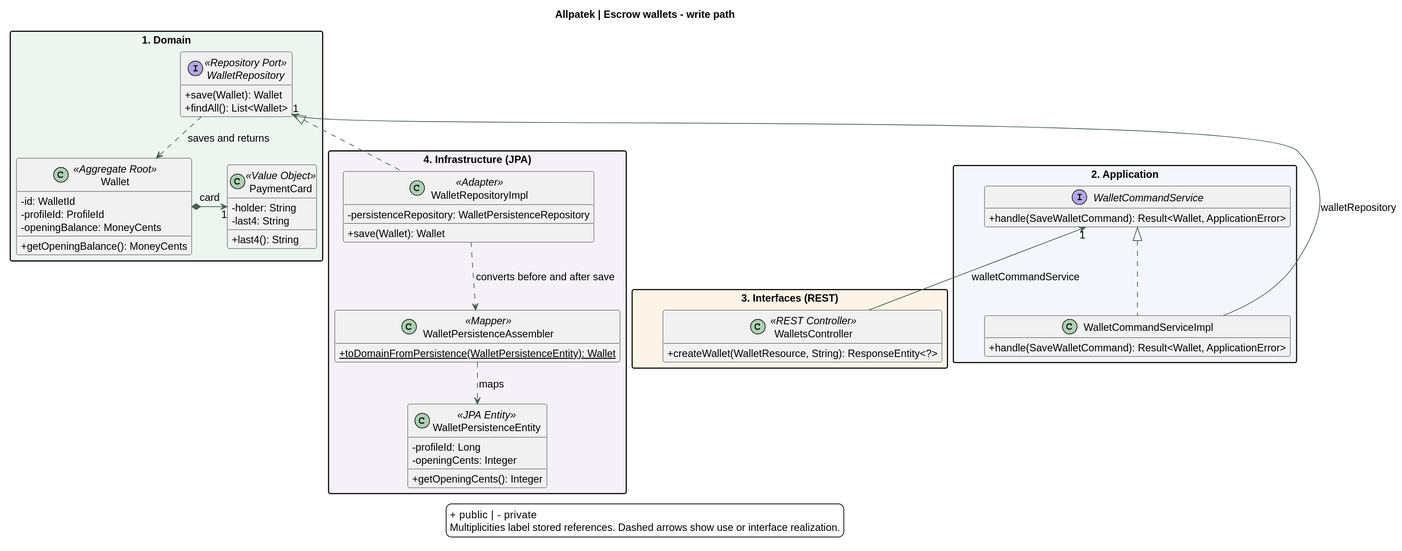
This is assets/chapter-04/architecture/11-classes-payments.svg from upc-pre-202620-1asi0729-7753-Terranova/allpatek-report, a PlantUML export, as it was before one commit.
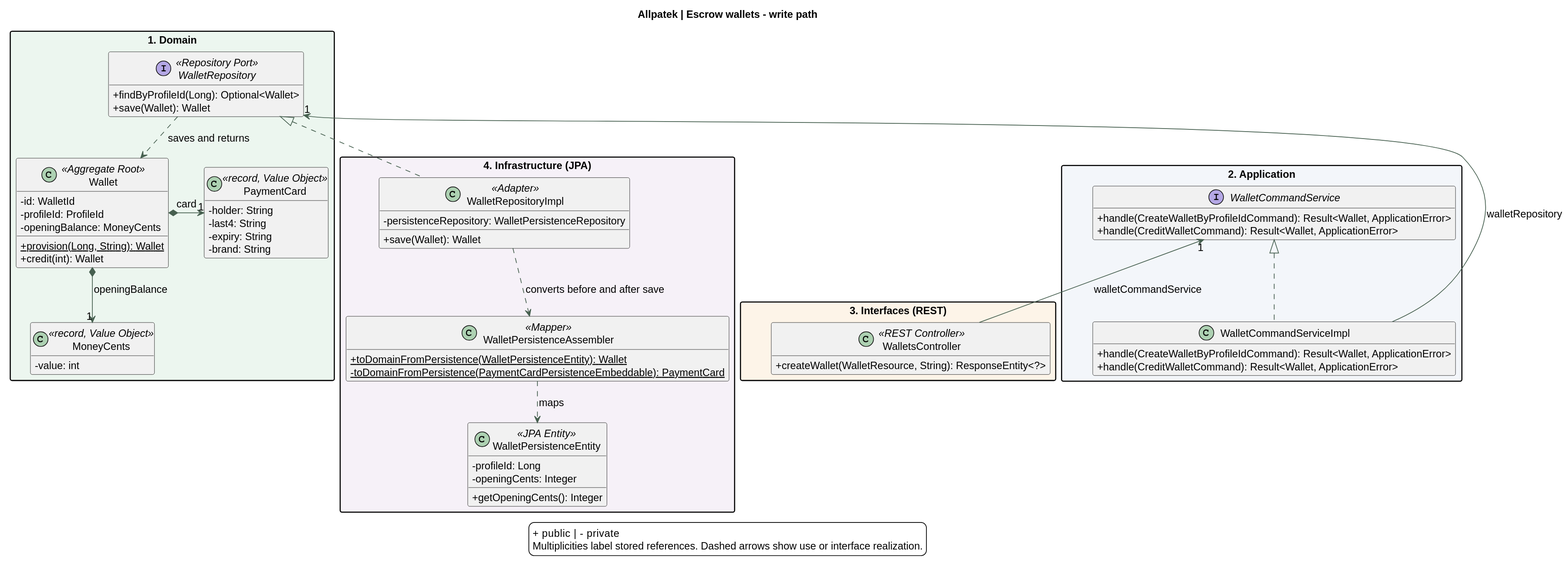
After the change.

Commit message:
docs(uml): model wallet provisioning and balance credits

What changed in the source:
```diff
@@ -13,30 +13,37 @@
 title Allpatek | Escrow wallets - write path
 
 package "1. Domain" as Domain #ECF6EF {
+  class MoneyCents <<record, Value Object>> {
+    -value: int
+  }
   class Wallet <<Aggregate Root>> {
     -id: WalletId
     -profileId: ProfileId
     -openingBalance: MoneyCents
-    +getOpeningBalance(): MoneyCents
+    {static} +provision(Long, String): Wallet
+    +credit(int): Wallet
   }
-  class PaymentCard <<Value Object>> {
+  class PaymentCard <<record, Value Object>> {
     -holder: String
     -last4: String
-    +last4(): String
+    -expiry: String
+    -brand: String
   }
   interface WalletRepository <<Repository Port>> {
+    +findByProfileId(Long): Optional<Wallet>
     +save(Wallet): Wallet
-    +findAll(): List<Wallet>
   }
   Wallet *-right-> "1" PaymentCard : card
   WalletRepository ..> Wallet : saves and returns
 }
 package "2. Application" as Application #F3F6FA {
   interface WalletCommandService {
-    +handle(SaveWalletCommand): Result<Wallet, ApplicationError>
+    +handle(CreateWalletByProfileIdCommand): Result<Wallet, ApplicationError>
+    +handle(CreditWalletCommand): Result<Wallet, ApplicationError>
   }
   class WalletCommandServiceImpl {
-    +handle(SaveWalletCommand): Result<Wallet, ApplicationError>
+    +handle(CreateWalletByProfileIdCommand): Result<Wallet, ApplicationError>
+    +handle(CreditWalletCommand): Result<Wallet, ApplicationError>
   }
   WalletCommandService <|.. WalletCommandServiceImpl
 }
@@ -52,6 +59,7 @@
   }
   class WalletPersistenceAssembler <<Mapper>> {
     {static} +toDomainFromPersistence(WalletPersistenceEntity): Wallet
+    {static} -toDomainFromPersistence(PaymentCardPersistenceEmbeddable): PaymentCard
   }
   class WalletPersistenceEntity <<JPA Entity>> {
     -profileId: Long
@@ -67,6 +75,7 @@
 Domain -[hidden]down-> Application
 Application -[hidden]down-> Interfaces
 
+Wallet *--> "1" MoneyCents : openingBalance
 legend bottom
 + public  |  - private
 Multiplicities label stored references. Dashed arrows show use or interface realization.
```
